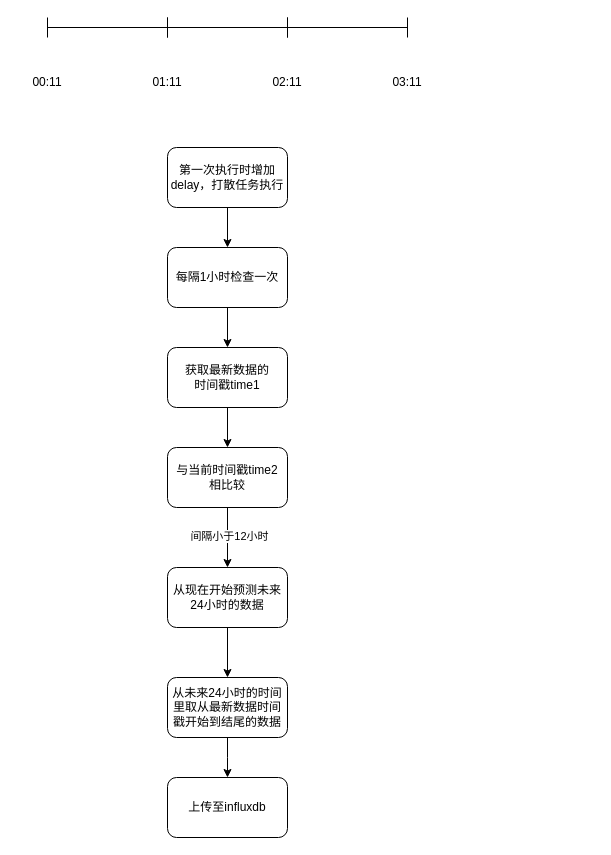
Before: timedCheck.drawio in wupei-w/diagrams, a draw.io diagram. Source tidied: cells renumbered, new cells numbered last; positions are measured from the earlier drawing's top-left corner, leaving out a move shared by most shapes. Both pictures are drawn from the tidied source at 100%, with x=0, y=0 at pixel (17, 17).
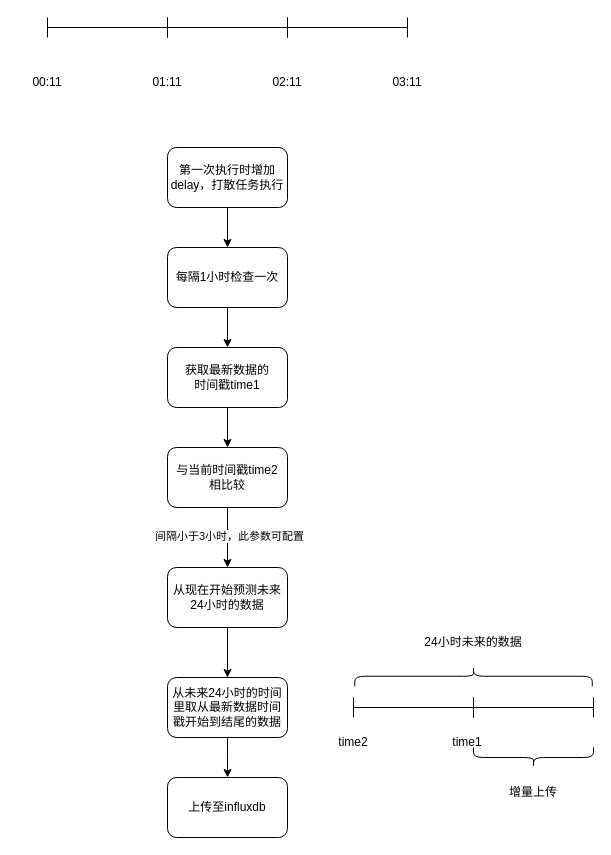
After the change.

Unchanged cells that the change refers to:
```xml
<mxCell id="13" style="edgeStyle=orthogonalEdgeStyle;rounded=0;jettySize=auto;html=1;" parent="1" edge="1" source="15" target="17">
  <mxGeometry relative="1" as="geometry" />
</mxCell>
```

Diff of the diagram source:
```diff
@@
-    <mxCell id="14" value="间隔小于12小时" style="edgeLabel;html=1;align=center;verticalAlign=middle;" parent="13" vertex="1">
+    <mxCell id="14" value="间隔小于3小时，此参数可配置" style="edgeLabel;html=1;align=center;verticalAlign=middle;" parent="13" vertex="1">
       <mxGeometry x="-0.06" y="1" relative="1" as="geometry" />
     </mxCell>
@@
+    <mxCell id="23" style="shape=crossbar;whiteSpace=wrap;html=1;rounded=1;" parent="1" vertex="1">
+      <mxGeometry x="336" y="680" width="120" height="20" as="geometry" />
+    </mxCell>
+    <mxCell id="24" style="shape=crossbar;whiteSpace=wrap;html=1;rounded=1;" parent="1" vertex="1">
+      <mxGeometry x="456" y="680" width="120" height="20" as="geometry" />
+    </mxCell>
+    <mxCell id="25" value="time2" style="text;html=1;strokeColor=none;fillColor=none;align=center;verticalAlign=middle;whiteSpace=wrap;rounded=0;" parent="1" vertex="1">
+      <mxGeometry x="306" y="710" width="60" height="30" as="geometry" />
+    </mxCell>
+    <mxCell id="26" value="time1" style="text;html=1;strokeColor=none;fillColor=none;align=center;verticalAlign=middle;whiteSpace=wrap;rounded=0;" parent="1" vertex="1">
+      <mxGeometry x="420" y="710" width="60" height="30" as="geometry" />
+    </mxCell>
+    <mxCell id="27" style="shape=curlyBracket;whiteSpace=wrap;html=1;rounded=1;labelPosition=left;verticalLabelPosition=middle;align=right;verticalAlign=middle;rotation=90;" parent="1" vertex="1">
+      <mxGeometry x="446" y="540" width="20" height="237.5" as="geometry" />
+    </mxCell>
+    <mxCell id="28" value="24小时未来的数据" style="text;html=1;strokeColor=none;fillColor=none;align=center;verticalAlign=middle;whiteSpace=wrap;rounded=0;" parent="1" vertex="1">
+      <mxGeometry x="406" y="610" width="100" height="30" as="geometry" />
+    </mxCell>
+    <mxCell id="29" style="shape=curlyBracket;whiteSpace=wrap;html=1;rounded=1;flipH=1;labelPosition=right;verticalLabelPosition=middle;align=left;verticalAlign=middle;rotation=90;" parent="1" vertex="1">
+      <mxGeometry x="506" y="680" width="20" height="120" as="geometry" />
+    </mxCell>
+    <mxCell id="30" value="增量上传" style="text;html=1;strokeColor=none;fillColor=none;align=center;verticalAlign=middle;whiteSpace=wrap;rounded=0;" parent="1" vertex="1">
+      <mxGeometry x="476" y="760" width="80" height="30" as="geometry" />
+    </mxCell>
```
